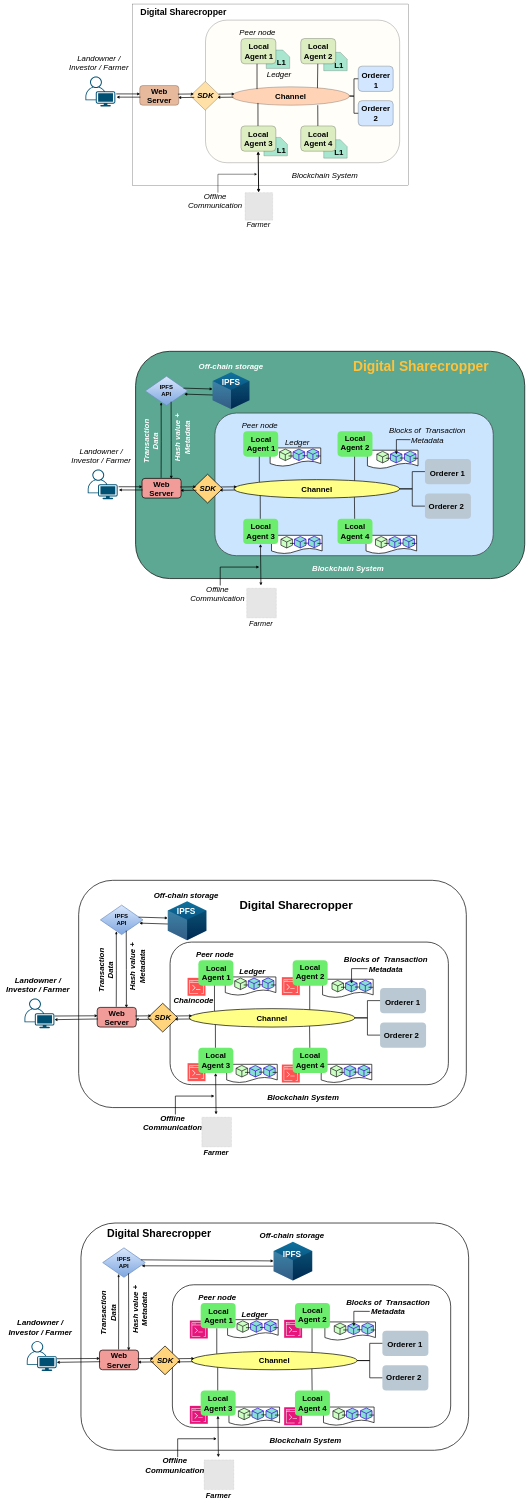
Before: page "Page-2" (2 of 4) of files/Fabric-Diagrams.drawio in Arif-Shahriar028/draw.io, a draw.io diagram. Source tidied: cells renumbered, new cells numbered last; positions are measured from the earlier drawing's top-left corner, leaving out a move shared by most shapes. Both pictures are drawn from the tidied source at 23%, with x=0, y=0 at pixel (4, 4). Pictures stored in the file or linked from it are replaced by grey dashed boxes.
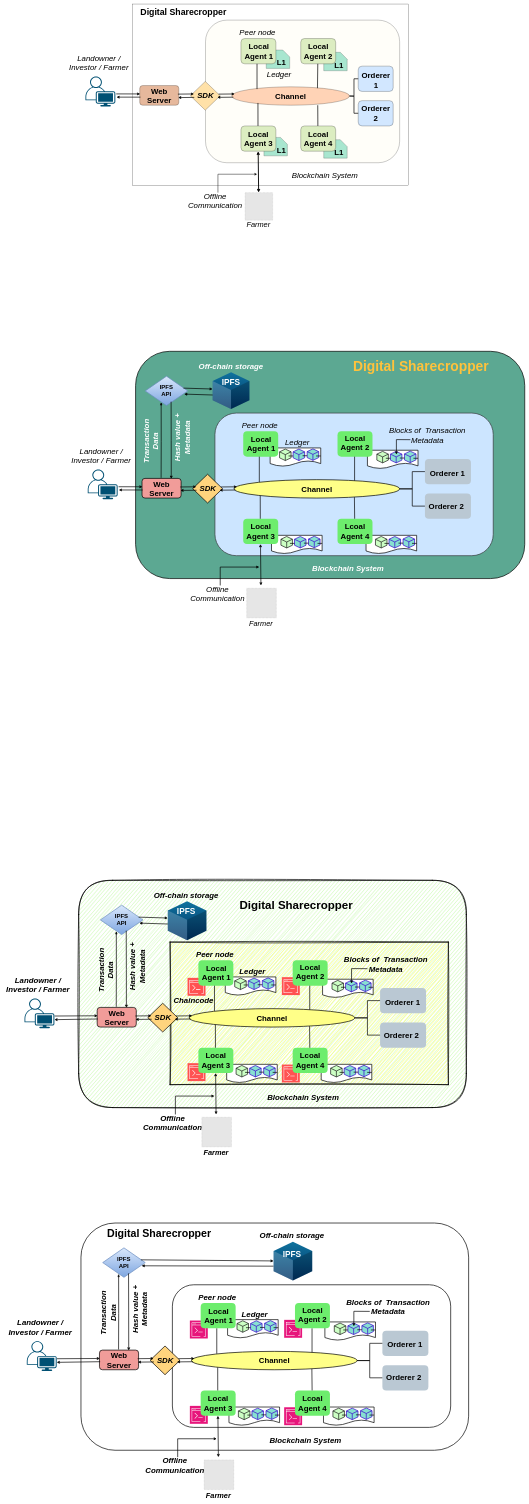
The same diagram, later.

Change to the diagram source:
```diff
@@
-    <mxCell id="2" style="rounded=1;whiteSpace=wrap;html=1;strokeWidth=3;fontStyle=3;fontSize=32;fillColor=#FFFFFF;fontColor=#000000;" parent="1" vertex="1">
+    <mxCell id="2" style="rounded=1;whiteSpace=wrap;html=1;strokeWidth=3;fontStyle=3;fontSize=32;fillColor=#C5FAAA;fontColor=#000000;sketch=1;curveFitting=1;jiggle=2;" parent="1" vertex="1">
       <mxGeometry x="324.5" y="3810" width="1685.5" height="988" as="geometry" />
     </mxCell>
-    <mxCell id="3" style="rounded=1;whiteSpace=wrap;html=1;fontStyle=3;fontSize=32;strokeWidth=3;fontColor=#000000;" parent="1" vertex="1">
+    <mxCell id="3" style="rounded=0;whiteSpace=wrap;html=1;fontStyle=3;fontSize=32;strokeWidth=3;fontColor=#000000;sketch=1;curveFitting=1;jiggle=2;fillColor=#FFFF66;" parent="1" vertex="1">
       <mxGeometry x="722" y="4078.5" width="1210" height="620" as="geometry" />
     </mxCell>
```
